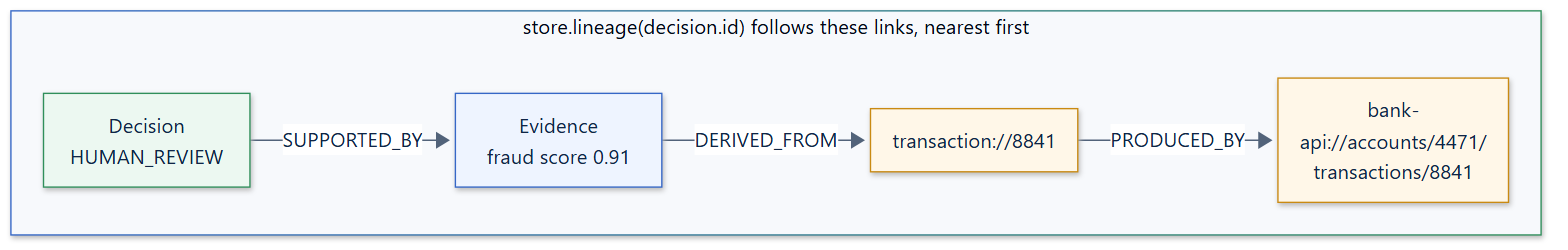
Above: docs/assets/diagrams/provenance-flow.png in smuniharish/agxai (Mermaid), before the change. Its source is kept beside it as diagrams/provenance-flow.mmd. Source of this version:
```mermaid
flowchart LR
    classDef source fill:#fff7e8,stroke:#c98a12,color:#0f2547
    classDef artifact fill:#eef4ff,stroke:#3567c7,color:#0f2547
    classDef decision fill:#ecf8f1,stroke:#2f8f5b,color:#0f2547

    subgraph Walk["store.lineage(decision.id) follows these links, nearest first"]
        direction LR
        decision["Decision<br/>HUMAN_REVIEW"]:::decision
        score["Evidence<br/>fraud score 0.91"]:::artifact
        txn["transaction://8841"]:::source
        api["bank-api://accounts/4471/<br/>transactions/8841"]:::source
        decision -- "SUPPORTED_BY" --> score -- "DERIVED_FROM" --> txn -- "PRODUCED_BY" --> api
    end
```
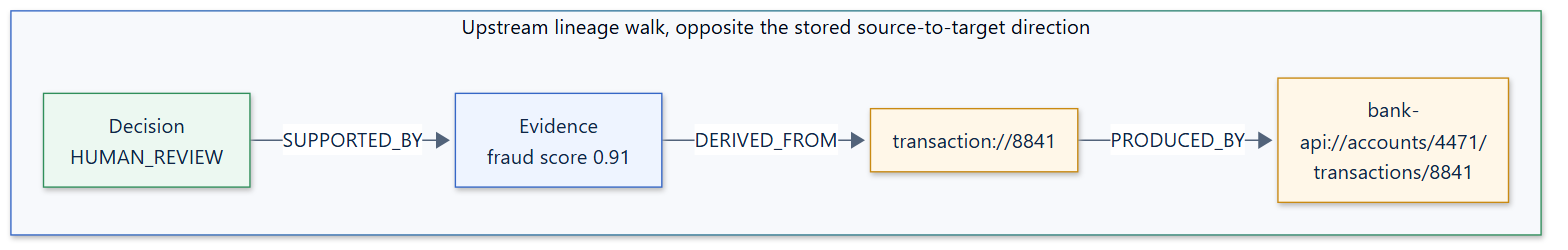
Later version of the same file.

Change to the diagram source:
```diff
@@ -3,7 +3,7 @@
     classDef artifact fill:#eef4ff,stroke:#3567c7,color:#0f2547
     classDef decision fill:#ecf8f1,stroke:#2f8f5b,color:#0f2547
 
-    subgraph Walk["store.lineage(decision.id) follows these links, nearest first"]
+    subgraph Walk["Upstream lineage walk, opposite the stored source-to-target direction"]
         direction LR
         decision["Decision<br/>HUMAN_REVIEW"]:::decision
         score["Evidence<br/>fraud score 0.91"]:::artifact
```
